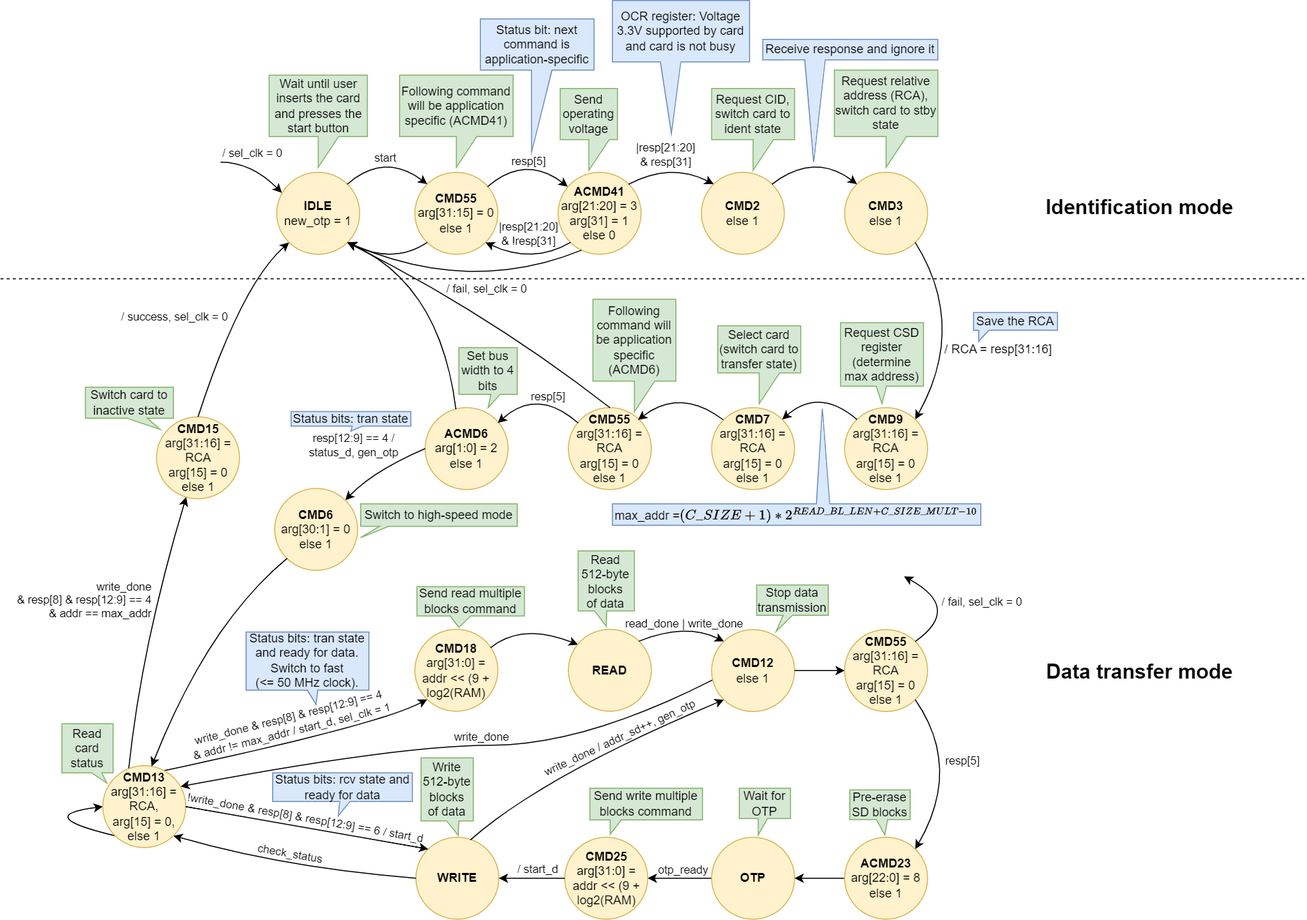
sirazenkov/GhostSD keeps this draw.io diagram as docs/SD/SD_fpga_states.png. Above is the earlier version. Source tidied: cells renumbered, new cells last; positions are measured from the earlier drawing's top-left corner, leaving out a move shared by most shapes.
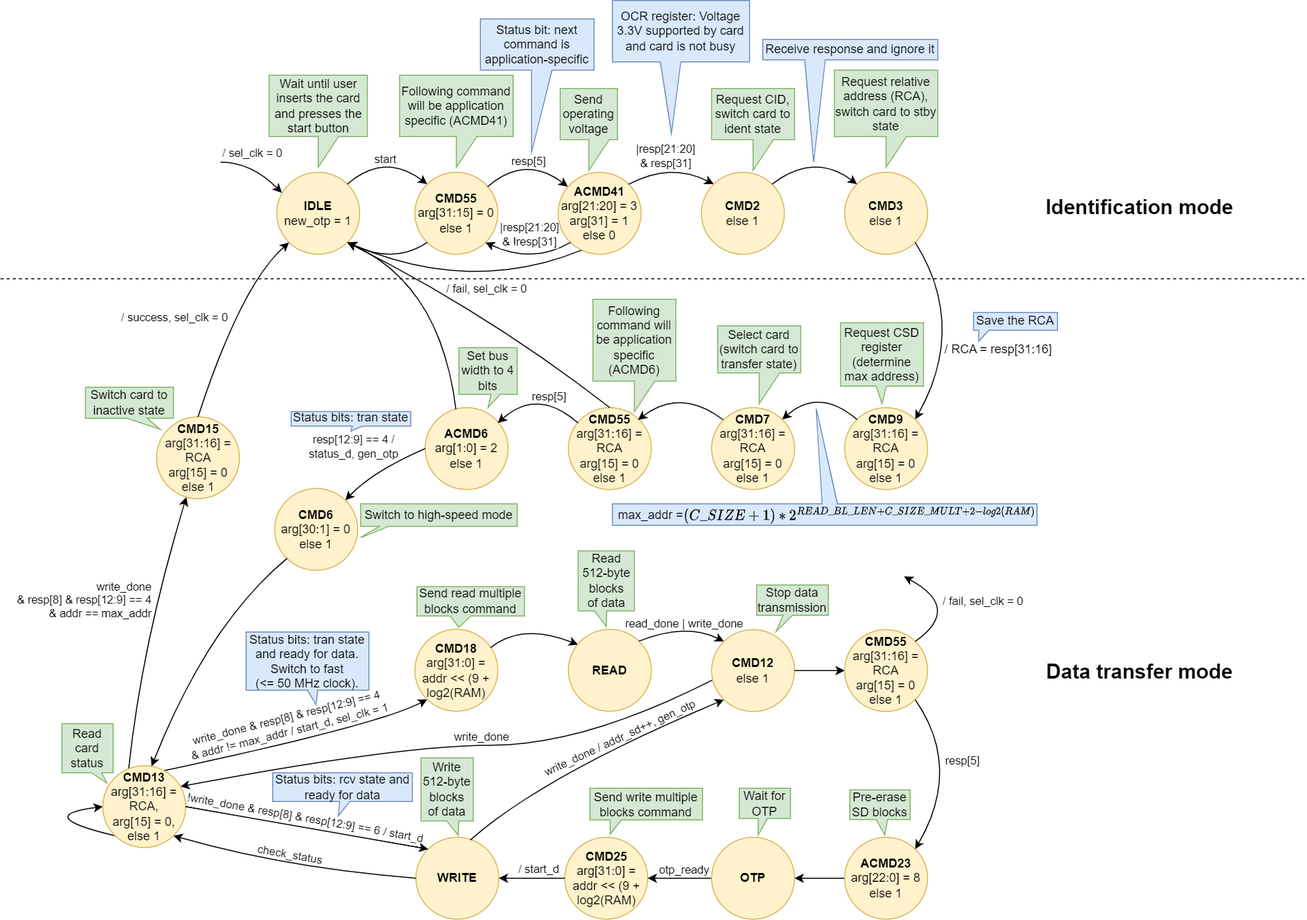
Above is the later version.

Commit message:
Fixed max address equation on the SD controller FSM diagram

Diff of the diagram source:
```diff
@@ -290,8 +290,8 @@
     <mxCell id="61" value="Status bits: tran state" style="shape=callout;whiteSpace=wrap;html=1;perimeter=calloutPerimeter;fillColor=#dae8fc;strokeColor=#6c8ebf;size=5;position=0.51;position2=0.5;base=10;" parent="1" vertex="1">
       <mxGeometry x="284" y="401.9" width="117" height="19.1" as="geometry" />
     </mxCell>
-    <mxCell id="62" style="shape=callout;whiteSpace=wrap;html=1;perimeter=calloutPerimeter;fillColor=#dae8fc;strokeColor=#6c8ebf;size=93;position=0.41;position2=0.43;base=13;rotation=-180;" parent="1" vertex="1">
-      <mxGeometry x="598" y="399" width="360" height="114" as="geometry" />
+    <mxCell id="62" style="shape=callout;whiteSpace=wrap;html=1;perimeter=calloutPerimeter;fillColor=#dae8fc;strokeColor=#6c8ebf;size=93;position=0.47;position2=0.52;base=15;rotation=-180;" parent="1" vertex="1">
+      <mxGeometry x="598" y="399" width="415" height="114" as="geometry" />
     </mxCell>
     <mxCell id="63" value="Read 512-byte&lt;br&gt;&amp;nbsp;blocks&amp;nbsp; of data" style="shape=callout;whiteSpace=wrap;html=1;perimeter=calloutPerimeter;fillColor=#d5e8d4;strokeColor=#82b366;size=15;position=0.29;base=12;" parent="1" vertex="1">
       <mxGeometry x="564.5" y="538" width="55" height="73.7" as="geometry" />
@@ -431,8 +431,8 @@
         </Array>
       </mxGeometry>
     </mxCell>
-    <mxCell id="95" value="max_addr =\(&lt;br style=&quot;border-color: var(--border-color);&quot;&gt;(C\_SIZE+1)*2^{READ\_BL\_LEN+C\_SIZE\_MULT-10}\)" style="text;html=1;strokeColor=none;fillColor=none;align=center;verticalAlign=middle;whiteSpace=wrap;rounded=0;" parent="1" vertex="1">
-      <mxGeometry x="598" y="492" width="360" height="21" as="geometry" />
+    <mxCell id="95" value="max_addr =\(&lt;br style=&quot;border-color: var(--border-color);&quot;&gt;(C\_SIZE+1)*2^{READ\_BL\_LEN+C\_SIZE\_MULT+2-log2(RAM)}\)" style="text;html=1;strokeColor=none;fillColor=none;align=center;verticalAlign=middle;whiteSpace=wrap;rounded=0;" parent="1" vertex="1">
+      <mxGeometry x="598" y="492" width="420" height="21" as="geometry" />
     </mxCell>
     <mxCell id="96" style="curved=1;endArrow=none;html=1;rounded=0;entryX=0;entryY=0.5;entryDx=0;entryDy=0;startArrow=classic;startFill=1;endFill=0;exitX=1;exitY=0.5;exitDx=0;exitDy=0;" parent="1" edge="1" source="30" target="98">
       <mxGeometry relative="1" as="geometry" />
```
